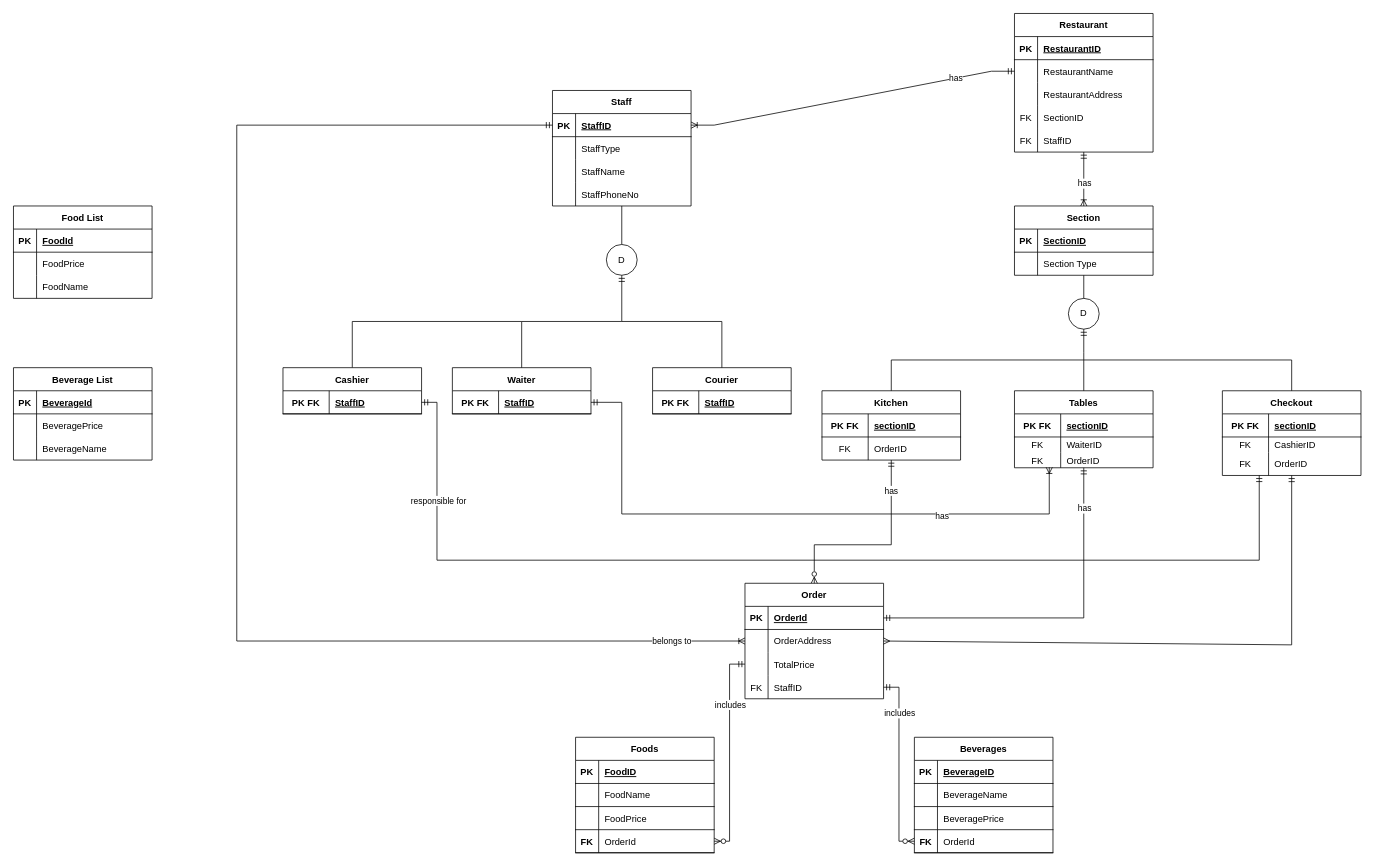
The draw.io diagram restaurant.drawio in burakalatas/CafeOrderProject, before the edit. Source tidied: cells renumbered, new cells numbered last; positions are measured from the earlier drawing's top-left corner, leaving out a move shared by most shapes. Both pictures are drawn from the tidied source at 77%, with x=0, y=0 at pixel (13, 13).
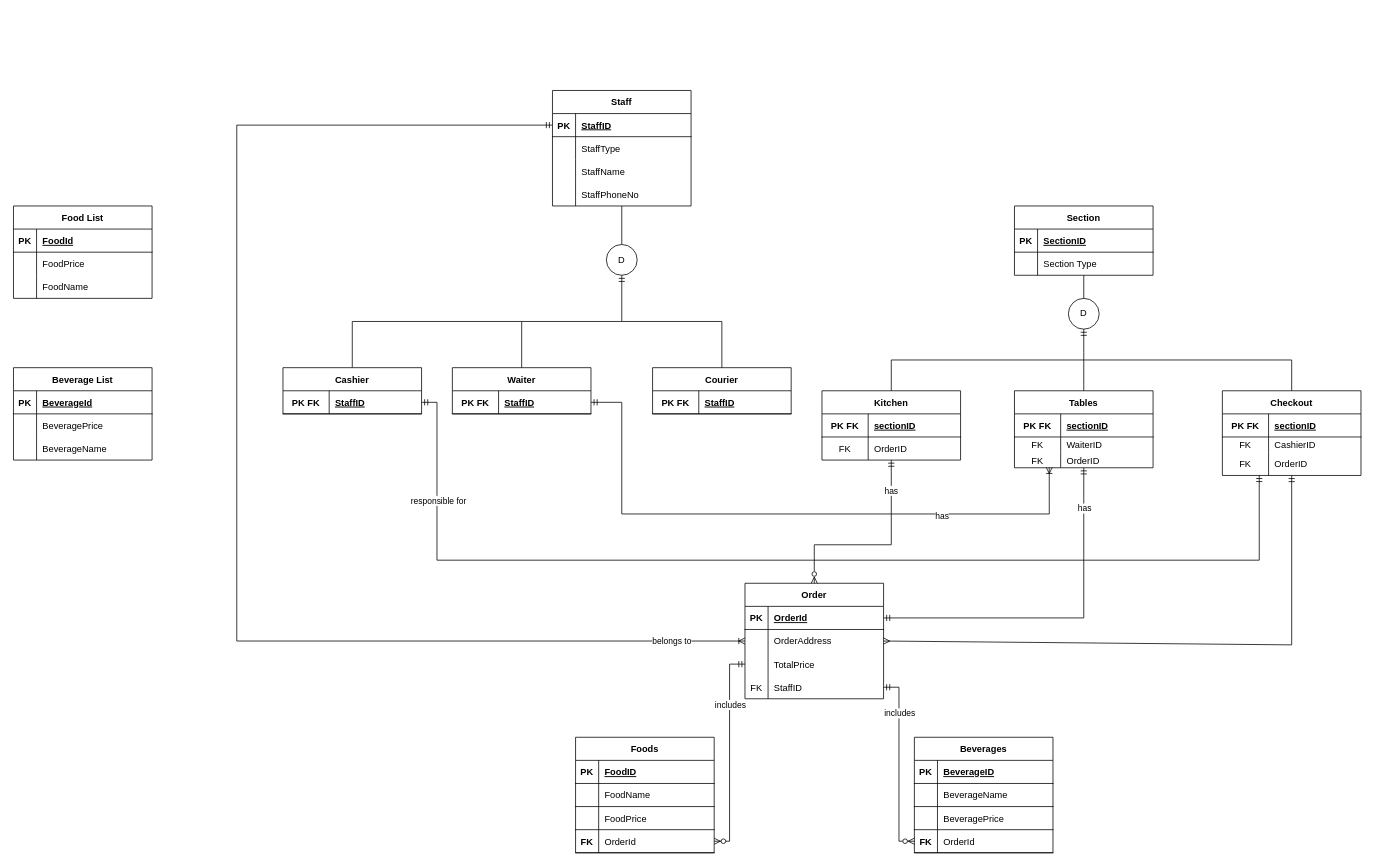
After the change.

Unchanged cells that the change refers to:
```xml
<mxCell id="70" style="shape=tableRow;horizontal=0;startSize=0;swimlaneHead=0;swimlaneBody=0;fillColor=none;points=[[0,0.5],[1,0.5]];portConstraint=eastwest;top=0;left=0;right=0;bottom=1;" parent="69" vertex="1">
  <mxGeometry y="30" width="180" height="30" as="geometry" />
</mxCell>
<mxCell id="96" value="Section" style="shape=table;startSize=30;childLayout=tableLayout;rowLines=0;fontStyle=1;align=center;" parent="1" vertex="1">
  <mxGeometry x="1300" y="250" width="180" height="90" as="geometry" />
</mxCell>
```

The edit, as a diff of the source:
```diff
@@
-    <mxCell id="2" value="Restaurant" style="shape=table;startSize=30;childLayout=tableLayout;rowLines=0;fontStyle=1;align=center;" parent="1" vertex="1">
-      <mxGeometry x="1300" width="180" height="180" as="geometry" />
-    </mxCell>
-    <mxCell id="3" style="shape=tableRow;horizontal=0;startSize=0;swimlaneHead=0;swimlaneBody=0;fillColor=none;top=0;left=0;right=0;bottom=1;" parent="2" vertex="1">
-      <mxGeometry y="30" width="180" height="30" as="geometry" />
-    </mxCell>
-    <mxCell id="4" value="PK" style="shape=partialRectangle;fillColor=none;top=0;left=0;bottom=0;right=0;fontStyle=1;overflow=hidden;" parent="3" vertex="1">
-      <mxGeometry width="30" height="30" as="geometry" />
-    </mxCell>
-    <mxCell id="5" value="RestaurantID" style="shape=partialRectangle;fillColor=none;top=0;left=0;bottom=0;right=0;align=left;spacingLeft=6;fontStyle=5;overflow=hidden;" parent="3" vertex="1">
-      <mxGeometry x="30" width="150" height="30" as="geometry" />
-    </mxCell>
-    <mxCell id="6" style="shape=tableRow;horizontal=0;startSize=0;swimlaneHead=0;swimlaneBody=0;fillColor=none;points=[[0,0.5],[1,0.5]];portConstraint=eastwest;top=0;left=0;right=0;bottom=0;" parent="2" vertex="1">
-      <mxGeometry y="60" width="180" height="30" as="geometry" />
-    </mxCell>
-    <mxCell id="7" style="shape=partialRectangle;fillColor=none;top=0;left=0;bottom=0;right=0;overflow=hidden;" parent="6" vertex="1">
-      <mxGeometry width="30" height="30" as="geometry" />
-    </mxCell>
-    <mxCell id="8" value="RestaurantName" style="shape=partialRectangle;fillColor=none;top=0;left=0;bottom=0;right=0;align=left;spacingLeft=6;overflow=hidden;" parent="6" vertex="1">
-      <mxGeometry x="30" width="150" height="30" as="geometry" />
-    </mxCell>
-    <mxCell id="9" style="shape=tableRow;horizontal=0;startSize=0;swimlaneHead=0;swimlaneBody=0;fillColor=none;top=0;left=0;right=0;bottom=0;" parent="2" vertex="1">
-      <mxGeometry y="90" width="180" height="30" as="geometry" />
-    </mxCell>
-    <mxCell id="10" style="shape=partialRectangle;fillColor=none;top=0;left=0;bottom=0;right=0;overflow=hidden;" parent="9" vertex="1">
-      <mxGeometry width="30" height="30" as="geometry" />
-    </mxCell>
-    <mxCell id="11" value="RestaurantAddress" style="shape=partialRectangle;fillColor=none;top=0;left=0;bottom=0;right=0;align=left;spacingLeft=6;overflow=hidden;" parent="9" vertex="1">
-      <mxGeometry x="30" width="150" height="30" as="geometry" />
-    </mxCell>
-    <mxCell id="12" style="shape=tableRow;horizontal=0;startSize=0;swimlaneHead=0;swimlaneBody=0;fillColor=none;top=0;left=0;right=0;bottom=0;" parent="2" vertex="1">
-      <mxGeometry y="120" width="180" height="30" as="geometry" />
-    </mxCell>
-    <mxCell id="13" value="FK" style="shape=partialRectangle;fillColor=none;top=0;left=0;bottom=0;right=0;overflow=hidden;" parent="12" vertex="1">
-      <mxGeometry width="30" height="30" as="geometry" />
-    </mxCell>
-    <mxCell id="14" value="SectionID" style="shape=partialRectangle;fillColor=none;top=0;left=0;bottom=0;right=0;align=left;spacingLeft=6;overflow=hidden;" parent="12" vertex="1">
-      <mxGeometry x="30" width="150" height="30" as="geometry" />
-    </mxCell>
-    <mxCell id="15" style="shape=tableRow;horizontal=0;startSize=0;swimlaneHead=0;swimlaneBody=0;fillColor=none;top=0;left=0;right=0;bottom=0;" parent="2" vertex="1">
-      <mxGeometry y="150" width="180" height="30" as="geometry" />
-    </mxCell>
-    <mxCell id="16" value="FK" style="shape=partialRectangle;fillColor=none;top=0;left=0;bottom=0;right=0;overflow=hidden;" parent="15" vertex="1">
-      <mxGeometry width="30" height="30" as="geometry" />
-    </mxCell>
-    <mxCell id="17" value="StaffID" style="shape=partialRectangle;fillColor=none;top=0;left=0;bottom=0;right=0;align=left;spacingLeft=6;overflow=hidden;" parent="15" vertex="1">
-      <mxGeometry x="30" width="150" height="30" as="geometry" />
-    </mxCell>
@@
-    <mxCell id="82" style="edgeStyle=entityRelationEdgeStyle;fontSize=12;html=1;endArrow=ERoneToMany;startArrow=ERmandOne;rounded=0;entryX=1;entryY=0.5;entryDx=0;entryDy=0;exitX=0;exitY=0.5;exitDx=0;exitDy=0;" parent="1" edge="1" source="6" target="70">
-      <mxGeometry relative="1" as="geometry" />
-    </mxCell>
-    <mxCell id="83" value="has" style="edgeLabel;html=1;align=center;verticalAlign=middle;" parent="82" vertex="1">
-      <mxGeometry x="-0.64" relative="1" as="geometry" />
-    </mxCell>
@@
-    <mxCell id="103" style="endArrow=ERmandOne;html=1;rounded=0;entryX=0.5;entryY=1;entryDx=0;entryDy=0;exitX=0.5;exitY=0;exitDx=0;exitDy=0;endFill=0;startArrow=ERoneToMany;startFill=0;" parent="1" edge="1" source="96" target="2">
-      <mxGeometry relative="1" as="geometry" />
-    </mxCell>
-    <mxCell id="104" value="has" style="edgeLabel;html=1;align=center;verticalAlign=middle;" parent="103" vertex="1">
-      <mxGeometry x="0.22" y="2" relative="1" as="geometry">
-        <mxPoint x="2" y="13" as="offset" />
-      </mxGeometry>
-    </mxCell>
```
